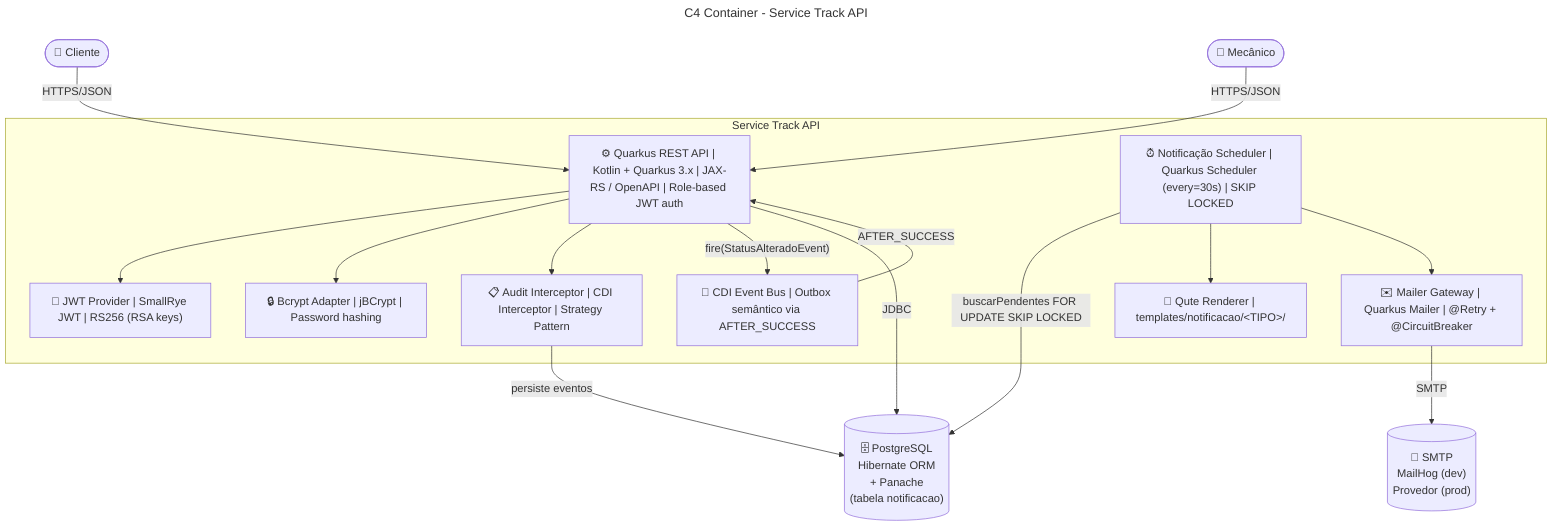
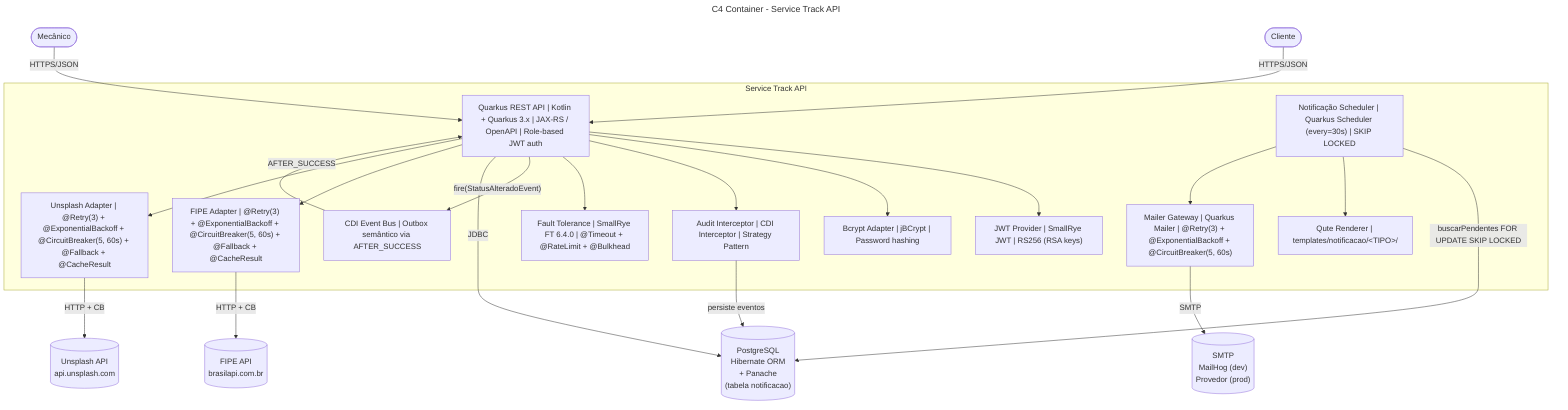
---
title: C4 Container - Service Track API
---
flowchart TD
-     Cliente(["👤 Cliente"])
-     Mecanico(["🔧 Mecânico"])
+     Cliente(["Cliente"])
+     Mecanico(["Mecânico"])

    subgraph ST["Service Track API"]
-         API["⚙️ Quarkus REST API | Kotlin + Quarkus 3.x | JAX-RS / OpenAPI | Role-based JWT auth"]
-         JWT["🔐 JWT Provider | SmallRye JWT | RS256 (RSA keys)"]
-         BCRYPT["🔒 Bcrypt Adapter | jBCrypt | Password hashing"]
-         AUDIT["📋 Audit Interceptor | CDI Interceptor | Strategy Pattern"]
-         EVT["📣 CDI Event Bus | Outbox semântico via AFTER_SUCCESS"]
-         SCHED["⏰ Notificação Scheduler | Quarkus Scheduler (every=30s) | SKIP LOCKED"]
-         QUTE["🎨 Qute Renderer | templates/notificacao/&lt;TIPO&gt;/"]
-         MAILER["✉️ Mailer Gateway | Quarkus Mailer | @Retry + @CircuitBreaker"]
+         API["Quarkus REST API | Kotlin + Quarkus 3.x | JAX-RS / OpenAPI | Role-based JWT auth"]
+         JWT["JWT Provider | SmallRye JWT | RS256 (RSA keys)"]
+         BCRYPT["Bcrypt Adapter | jBCrypt | Password hashing"]
+         AUDIT["Audit Interceptor | CDI Interceptor | Strategy Pattern"]
+         EVT["CDI Event Bus | Outbox semântico via AFTER_SUCCESS"]
+         SCHED["Notificação Scheduler | Quarkus Scheduler (every=30s) | SKIP LOCKED"]
+         QUTE["Qute Renderer | templates/notificacao/&lt;TIPO&gt;/"]
+         MAILER["Mailer Gateway | Quarkus Mailer | @Retry(3) + @ExponentialBackoff + @CircuitBreaker(5, 60s)"]
+         FIPE_ADAPTER["FIPE Adapter | @Retry(3) + @ExponentialBackoff + @CircuitBreaker(5, 60s) + @Fallback + @CacheResult"]
+         UNSPLASH_ADAPTER["Unsplash Adapter | @Retry(3) + @ExponentialBackoff + @CircuitBreaker(5, 60s) + @Fallback + @CacheResult"]
+         FT["Fault Tolerance | SmallRye FT 6.4.0 | @Timeout + @RateLimit + @Bulkhead"]
    end

-     DB[("🗄️ PostgreSQL<br/>Hibernate ORM<br/>+ Panache<br/>(tabela notificacao)")]
-     SMTP[("📮 SMTP<br/>MailHog (dev)<br/>Provedor (prod)")]
+     DB[("PostgreSQL<br/>Hibernate ORM<br/>+ Panache<br/>(tabela notificacao)")]
+     SMTP[("SMTP<br/>MailHog (dev)<br/>Provedor (prod)")]
+     FIPE_API[("FIPE API<br/>brasilapi.com.br")]
+     UNSPLASH_API[("Unsplash API<br/>api.unsplash.com")]

    Cliente -->|"HTTPS/JSON"| API
    Mecanico -->|"HTTPS/JSON"| API
    API --> JWT
    API --> BCRYPT
    API --> AUDIT
+     API --> FT
    API -- "fire(StatusAlteradoEvent)" --> EVT
    EVT -- "AFTER_SUCCESS" --> API
    SCHED -- "buscarPendentes FOR UPDATE SKIP LOCKED" --> DB
    SCHED --> QUTE
    SCHED --> MAILER
    API -->|"JDBC"| DB
    AUDIT -->|"persiste eventos"| DB
    MAILER -->|"SMTP"| SMTP
+     FIPE_ADAPTER -->|"HTTP + CB"| FIPE_API
+     UNSPLASH_ADAPTER -->|"HTTP + CB"| UNSPLASH_API
+     API --> FIPE_ADAPTER
+     API --> UNSPLASH_ADAPTER
